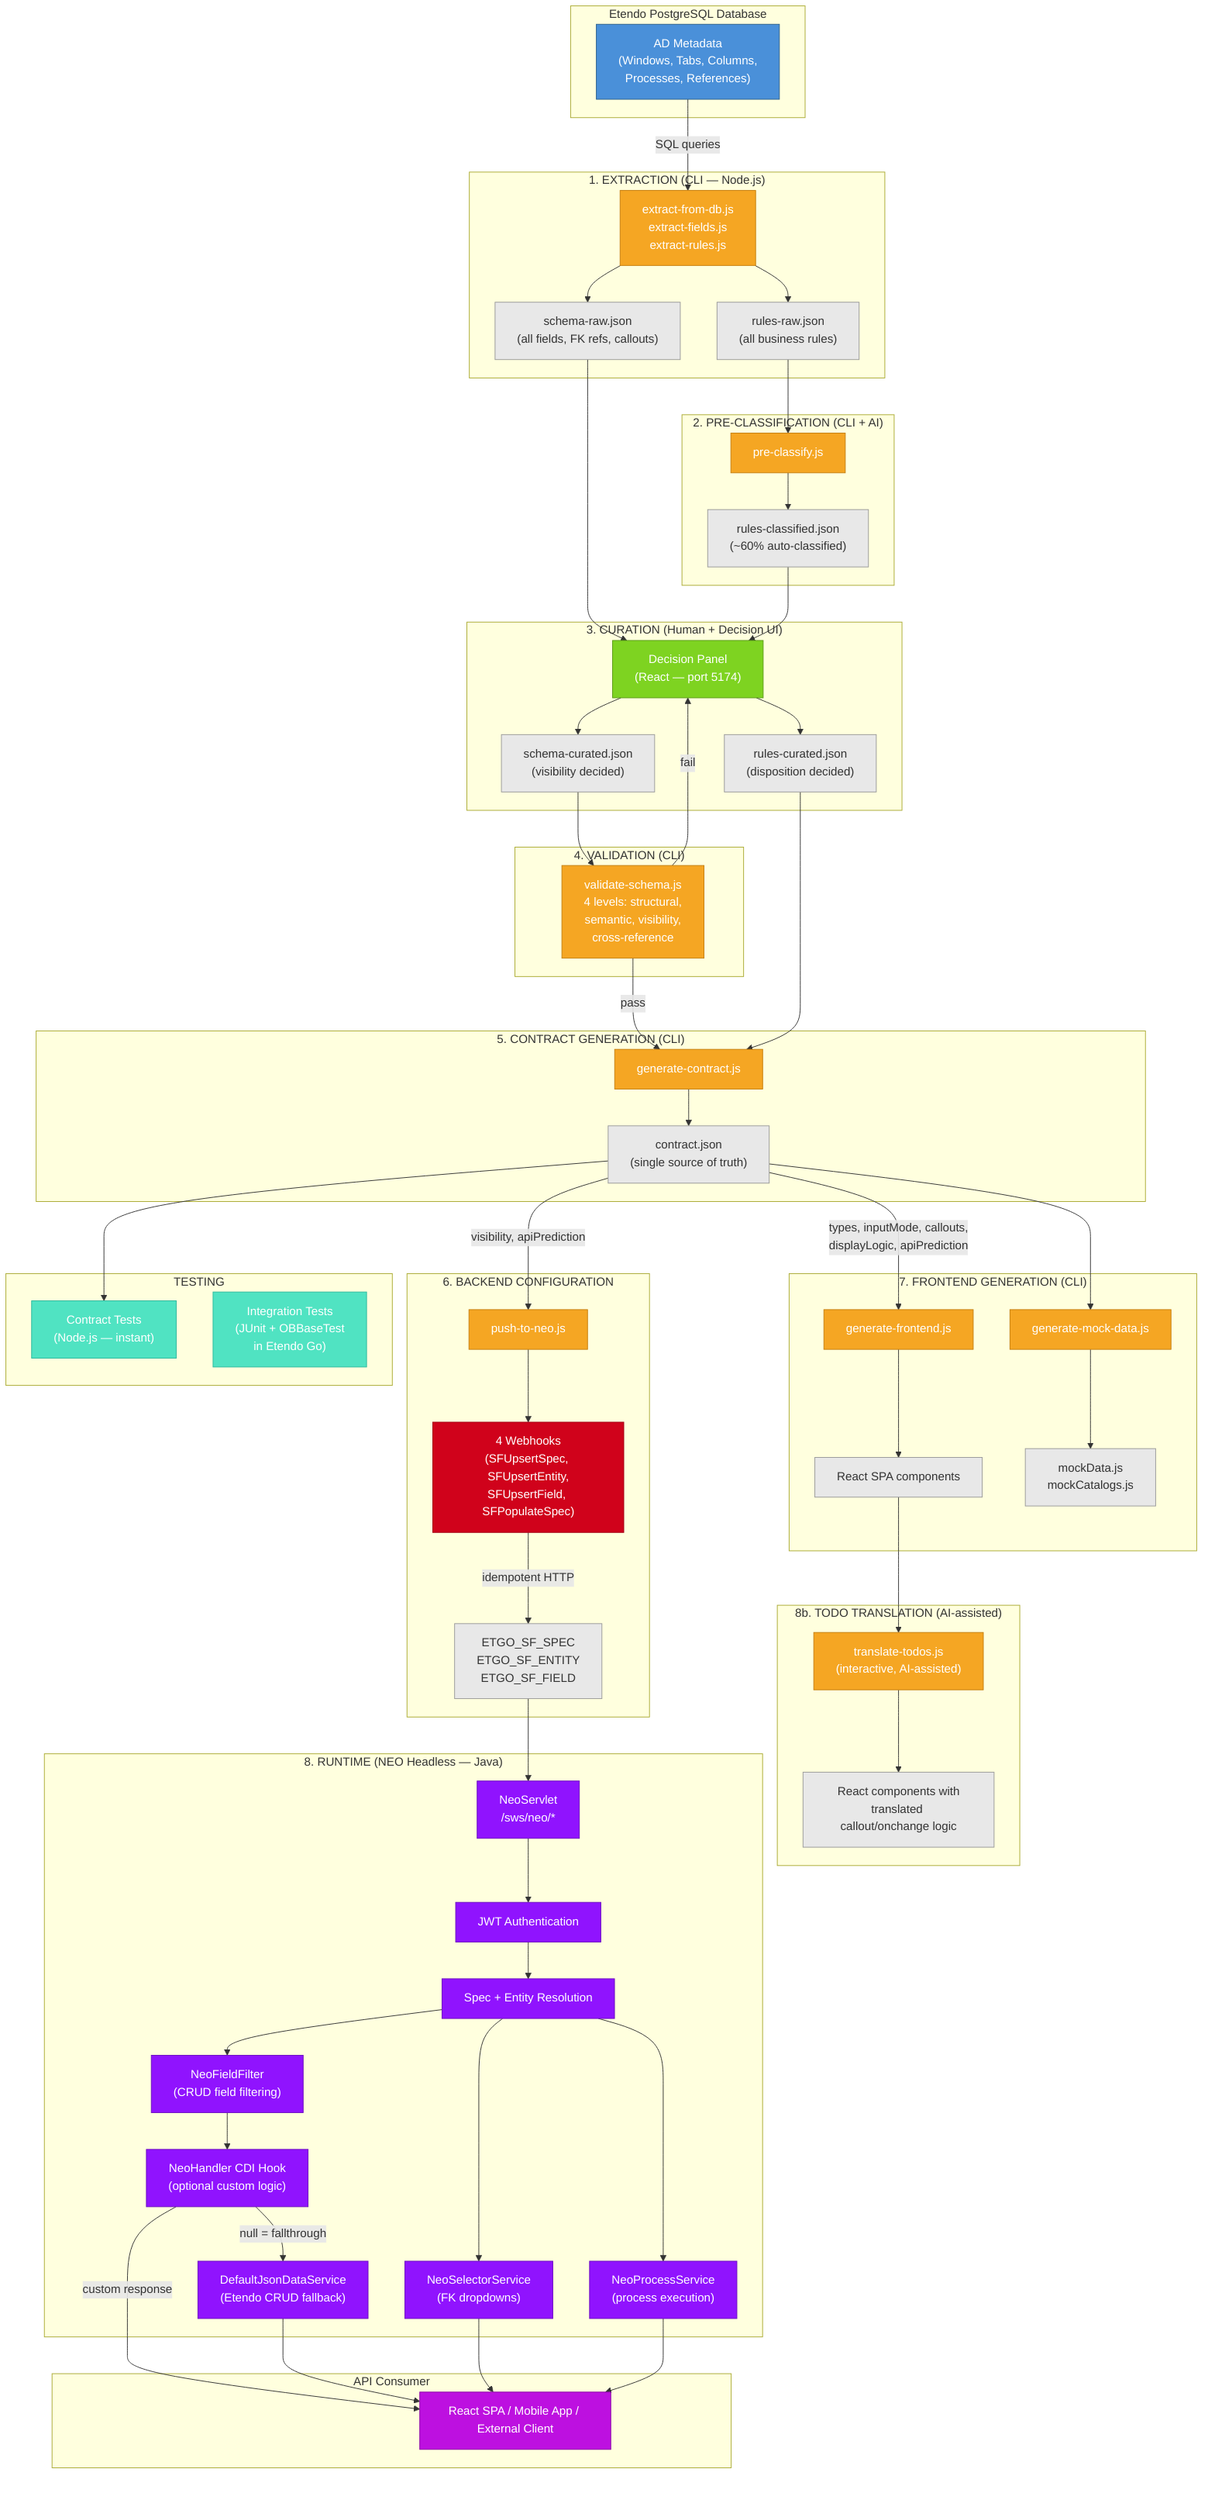
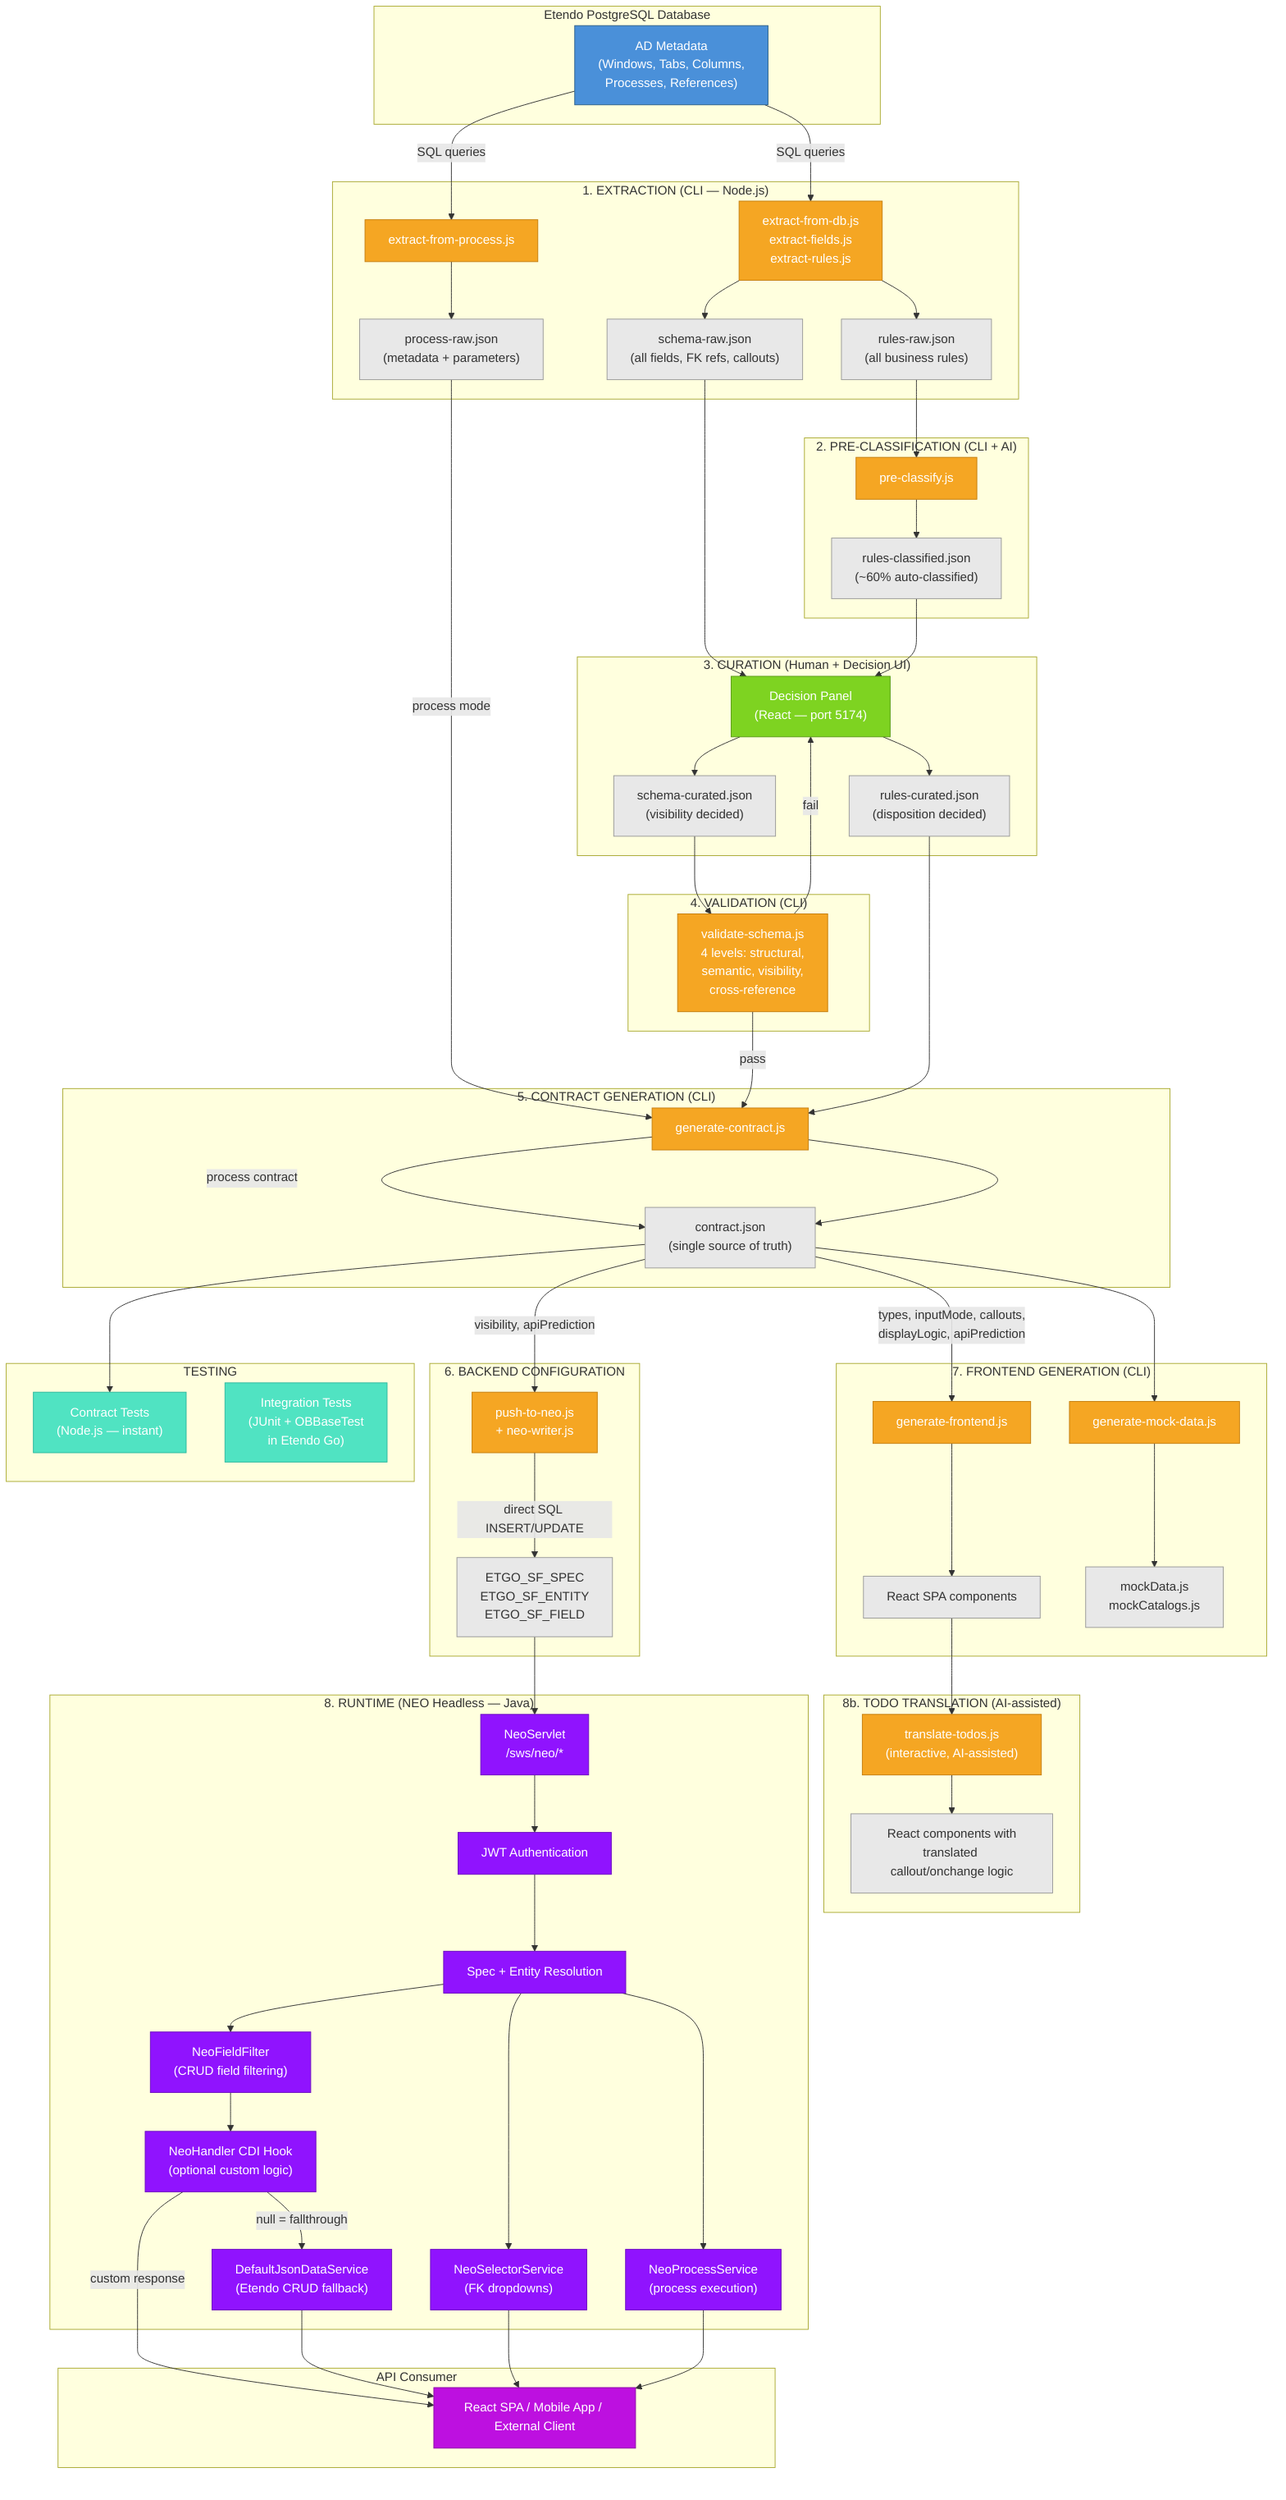
flowchart TD
    subgraph EtendoDB["Etendo PostgreSQL Database"]
        AD["AD Metadata<br/>(Windows, Tabs, Columns,<br/>Processes, References)"]
    end

    subgraph Extraction["1. EXTRACTION (CLI — Node.js)"]
        EXT["extract-from-db.js<br/>extract-fields.js<br/>extract-rules.js"]
+         PEXT["extract-from-process.js"]
        RAW_S["schema-raw.json<br/>(all fields, FK refs, callouts)"]
        RAW_R["rules-raw.json<br/>(all business rules)"]
+         RAW_P["process-raw.json<br/>(metadata + parameters)"]
    end

    subgraph PreClassify["2. PRE-CLASSIFICATION (CLI + AI)"]
        PC["pre-classify.js"]
        CLASS_R["rules-classified.json<br/>(~60% auto-classified)"]
    end

    subgraph Curation["3. CURATION (Human + Decision UI)"]
        DP["Decision Panel<br/>(React — port 5174)"]
        CUR_S["schema-curated.json<br/>(visibility decided)"]
        CUR_R["rules-curated.json<br/>(disposition decided)"]
    end

    subgraph Validation["4. VALIDATION (CLI)"]
        VAL["validate-schema.js<br/>4 levels: structural,<br/>semantic, visibility,<br/>cross-reference"]
    end

    subgraph ContractGen["5. CONTRACT GENERATION (CLI)"]
        GC["generate-contract.js"]
        CONTRACT["contract.json<br/>(single source of truth)"]
    end

    subgraph BackendConfig["6. BACKEND CONFIGURATION"]
-         PTN["push-to-neo.js"]
-         WH["4 Webhooks<br/>(SFUpsertSpec, SFUpsertEntity,<br/>SFUpsertField, SFPopulateSpec)"]
+         PTN["push-to-neo.js<br/>+ neo-writer.js"]
        TABLES["ETGO_SF_SPEC<br/>ETGO_SF_ENTITY<br/>ETGO_SF_FIELD"]
    end

    subgraph FrontendGen["7. FRONTEND GENERATION (CLI)"]
        GF["generate-frontend.js"]
        GM["generate-mock-data.js"]
        REACT["React SPA components"]
        MOCK["mockData.js<br/>mockCatalogs.js"]
    end

    subgraph TodoTranslation["8b. TODO TRANSLATION (AI-assisted)"]
        TT["translate-todos.js<br/>(interactive, AI-assisted)"]
        TT_OUT["React components with<br/>translated callout/onchange logic"]
    end

    subgraph Runtime["8. RUNTIME (NEO Headless — Java)"]
        NEO["NeoServlet<br/>/sws/neo/*"]
        AUTH["JWT Authentication"]
        RESOLVE["Spec + Entity Resolution"]
        FILTER["NeoFieldFilter<br/>(CRUD field filtering)"]
        HANDLER["NeoHandler CDI Hook<br/>(optional custom logic)"]
        DS["DefaultJsonDataService<br/>(Etendo CRUD fallback)"]
        SEL["NeoSelectorService<br/>(FK dropdowns)"]
        PROC["NeoProcessService<br/>(process execution)"]
    end

    subgraph Testing["TESTING"]
        CT["Contract Tests<br/>(Node.js — instant)"]
        IT["Integration Tests<br/>(JUnit + OBBaseTest<br/>in Etendo Go)"]
    end

    subgraph Client["API Consumer"]
        APP["React SPA / Mobile App / External Client"]
    end

-     %% Extraction
+     %% Extraction (Windows)
    AD -->|SQL queries| EXT
    EXT --> RAW_S
    EXT --> RAW_R
+ 
+     %% Extraction (Processes)
+     AD -->|SQL queries| PEXT
+     PEXT --> RAW_P
+ 
+     %% Process pipeline (simplified: extract → contract → push → frontend)
+     RAW_P -->|process mode| GC
+     GC -->|process contract| CONTRACT

    %% Pre-classification
    RAW_R --> PC
    PC --> CLASS_R

    %% Curation
    RAW_S --> DP
    CLASS_R --> DP
    DP --> CUR_S
    DP --> CUR_R

    %% Validation
    CUR_S --> VAL
    VAL -->|fail| DP
    VAL -->|pass| GC

    %% Contract generation (single source of truth)
    CUR_R --> GC
    GC --> CONTRACT

-     %% Backend: contract → push-to-neo → webhooks → NEO Headless
+     %% Backend: contract → push-to-neo → direct DB → NEO Headless
    CONTRACT -->|"visibility, apiPrediction"| PTN
-     PTN --> WH
-     WH -->|idempotent HTTP| TABLES
+     PTN -->|direct SQL INSERT/UPDATE| TABLES

    %% Frontend: contract → React SPA + mock data
    CONTRACT -->|"types, inputMode, callouts,<br/>displayLogic, apiPrediction"| GF
    CONTRACT --> GM
    GF --> REACT
    GM --> MOCK

    %% Runtime
    TABLES --> NEO
    NEO --> AUTH
    AUTH --> RESOLVE
    RESOLVE --> FILTER
    FILTER --> HANDLER
    HANDLER -->|custom response| APP
    HANDLER -->|null = fallthrough| DS
    DS --> APP
    RESOLVE --> SEL
    RESOLVE --> PROC
    SEL --> APP
    PROC --> APP

    %% TODO Translation (between frontend generation and testing)
    REACT --> TT
    TT --> TT_OUT

    %% Testing
    CONTRACT --> CT

    %% Styling
    classDef db fill:#4a90d9,stroke:#2c5f8a,color:white
    classDef cli fill:#f5a623,stroke:#c47d0e,color:white
    classDef human fill:#7ed321,stroke:#5a9a18,color:white
    classDef webhook fill:#d0021b,stroke:#a00216,color:white
    classDef runtime fill:#9013fe,stroke:#6b0ebf,color:white
    classDef artifact fill:#e8e8e8,stroke:#999,color:#333
    classDef test fill:#50e3c2,stroke:#2db89e,color:white
    classDef client fill:#bd10e0,stroke:#8a0ca5,color:white

    class AD db
-     class EXT,PC,VAL cli
+     class EXT,PEXT,PC,VAL cli
    class DP human
    class WH webhook
    class NEO,AUTH,RESOLVE,FILTER,HANDLER,DS,SEL,PROC runtime
-     class RAW_S,RAW_R,CLASS_R,CUR_S,CUR_R,TABLES,CONTRACT,REACT,MOCK artifact
+     class RAW_S,RAW_R,RAW_P,CLASS_R,CUR_S,CUR_R,TABLES,CONTRACT,REACT,MOCK artifact
    class CT,IT test
    class APP client
    class GC,PTN,GF,GM,TT cli
    class TT_OUT artifact
